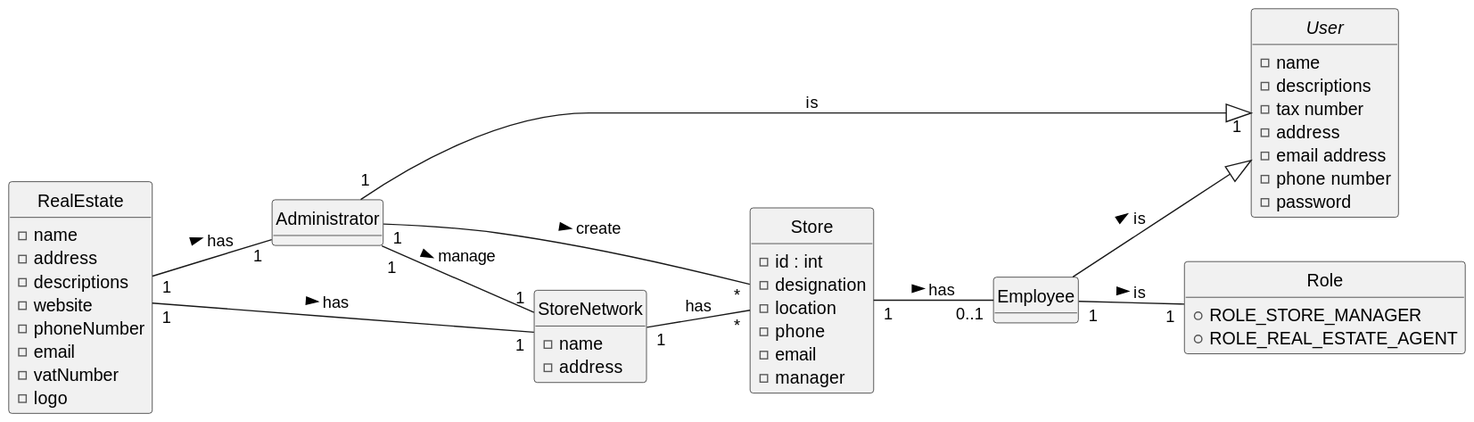
hugosilva2901/lei-22-s2-1DO-g68 keeps this PlantUML diagram as lei-22-s2-1do-g68/docs/SprintB/us005/02.analysis/svg/us005-DomainModel.svg. Above is the earlier version. Its diagram source:
```plantuml
@startuml
skinparam monochrome true
skinparam packageStyle rectangle
skinparam shadowing false

left to right direction


hide circle
hide methods

class RealEstate{
   - name
   - address
   - descriptions
   - website
   - phoneNumber
   - email
   - vatNumber
   - logo

}
abstract class User{
   - name
   - descriptions
  -  tax number
  -  address
  -  email address
  -  phone number
  -  password
}
class StoreNetwork{
    - name
    - address
}

class Store {
    - id : int
    - designation
    - location
    - phone
    - email
    - manager
}
class Administrator{
}

class Employee {
}
enum Role{
    + ROLE_STORE_MANAGER
    + ROLE_REAL_ESTATE_AGENT
}
StoreNetwork "1"--"*" Store : has
Store "1"--"0..1" Employee : has  >
Employee "1"--"1" Role : is >
Employee --|> User : is >

RealEstate "1"--"1" Administrator:has >
RealEstate "1"--"1" StoreNetwork :has >
Administrator "1"--"*" Store : create >
Administrator "1"--"1" StoreNetwork : manage >
Administrator "1"-|>"1" User : is
@enduml
```
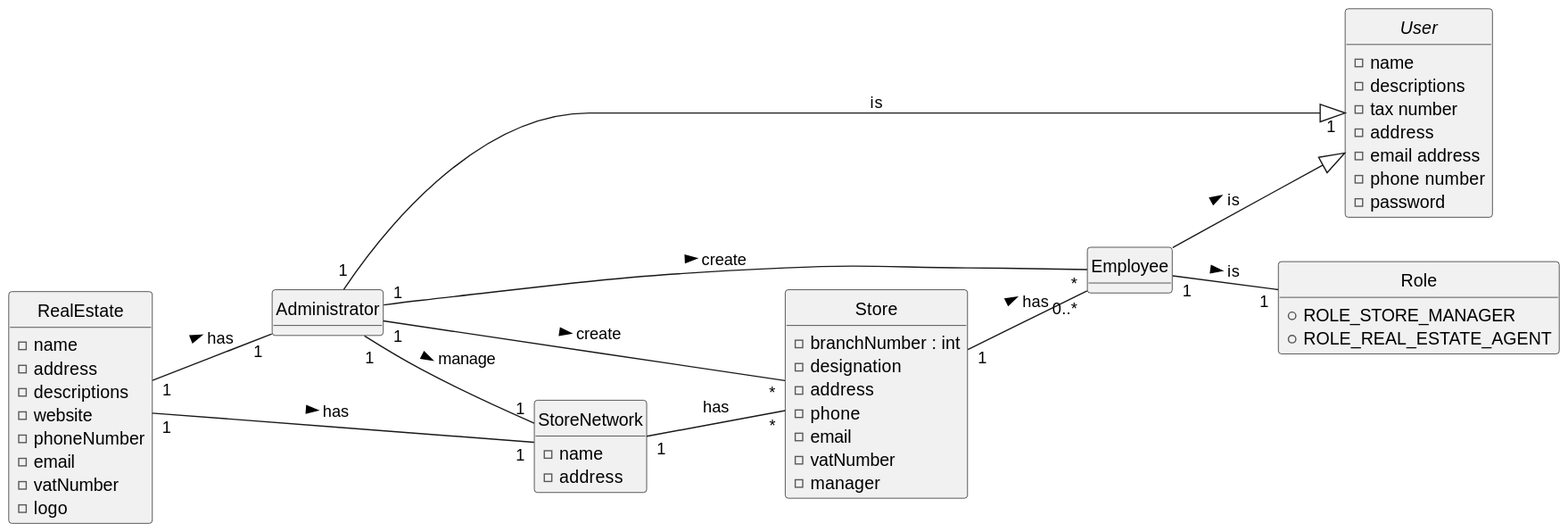
Above is the later version.

What changed in the source:
```diff
@@ -35,11 +35,12 @@
 }
 
 class Store {
-    - id : int
+    - branchNumber : int
     - designation
-    - location
+    - address
     - phone
     - email
+    - vatNumber
     - manager
 }
 class Administrator{
@@ -52,7 +53,7 @@
     + ROLE_REAL_ESTATE_AGENT
 }
 StoreNetwork "1"--"*" Store : has
-Store "1"--"0..1" Employee : has  >
+Store "1"--"0..*" Employee : has  >
 Employee "1"--"1" Role : is >
 Employee --|> User : is >
 
@@ -61,4 +62,5 @@
 Administrator "1"--"*" Store : create >
 Administrator "1"--"1" StoreNetwork : manage >
 Administrator "1"-|>"1" User : is
+Administrator "1"--"*" Employee : create >
 @enduml
```
